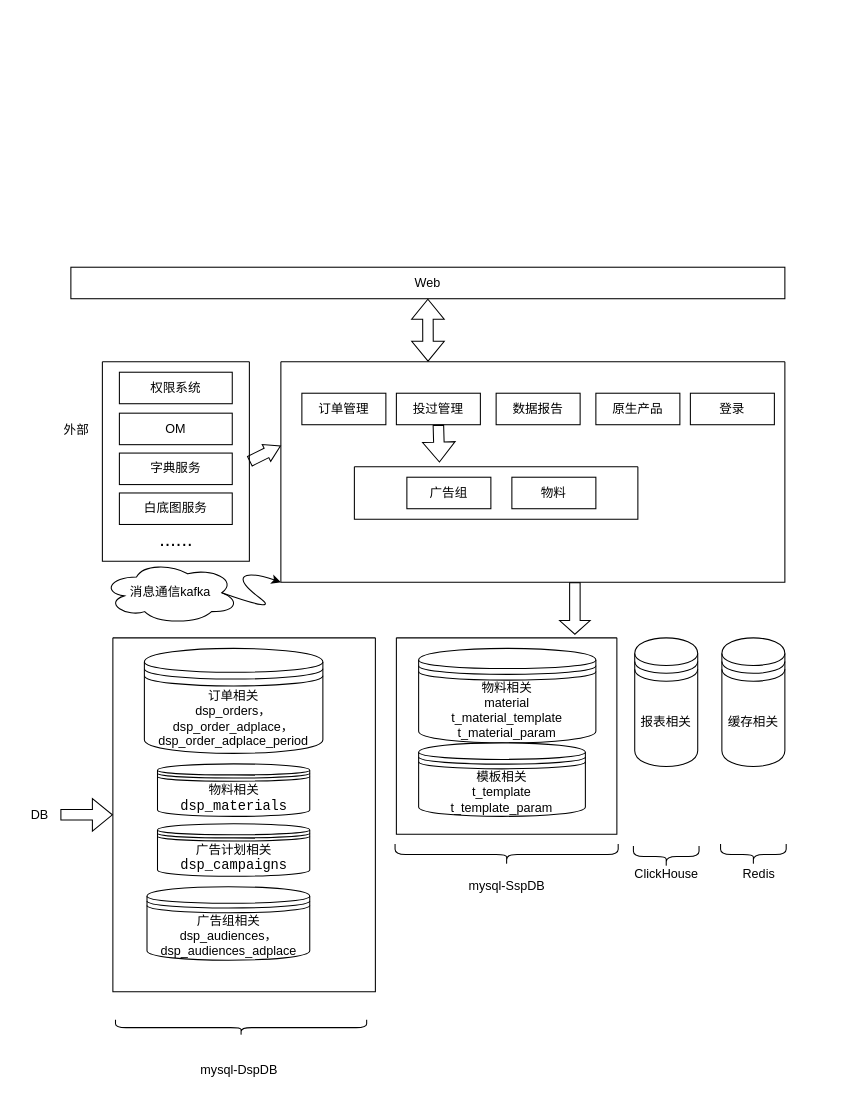
Before: old.drawio in huankong/processon, a draw.io diagram. Source tidied: cells renumbered, new cells numbered last; positions are measured from the earlier drawing's top-left corner, leaving out a move shared by most shapes. Both pictures are drawn from the tidied source at 105%, with x=0, y=0 at pixel (18, 267).
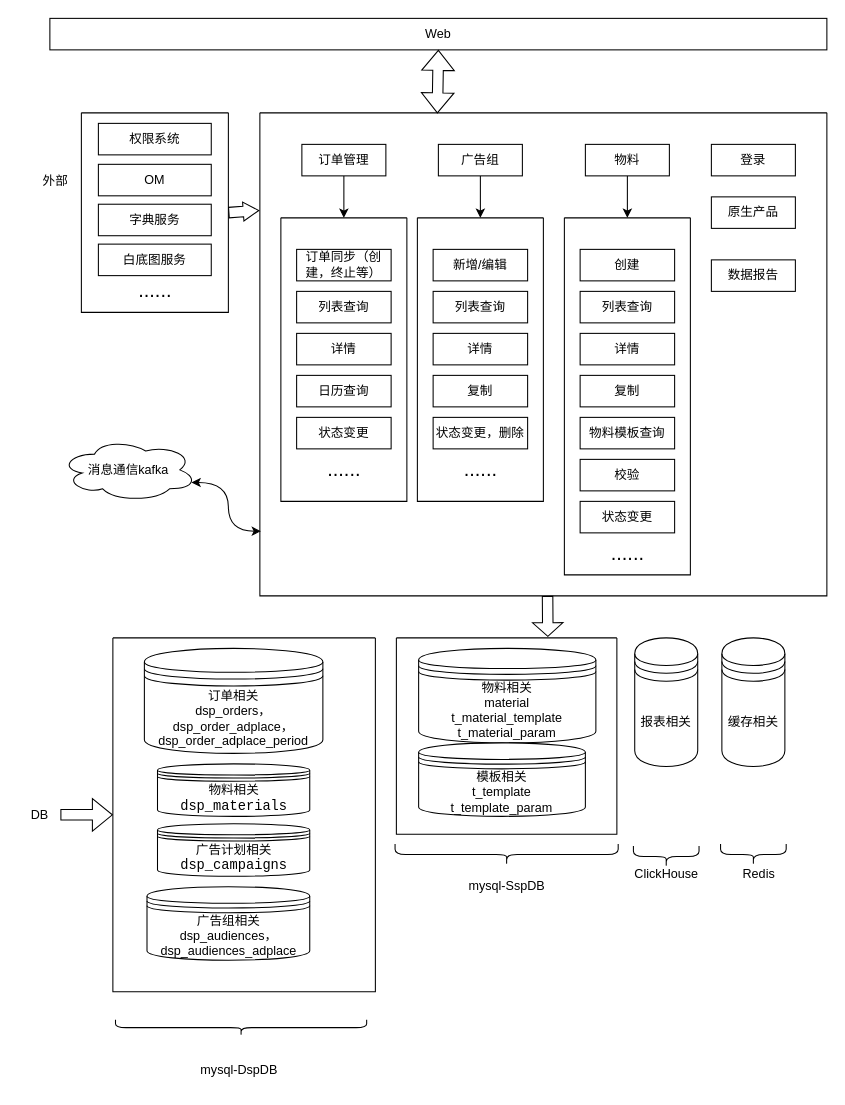
The same diagram, later.

Unchanged cells that the change refers to:
```xml
<mxCell id="14" value="DB" style="text;html=1;align=center;verticalAlign=middle;points=[];strokeColor=none;fillColor=none;" parent="1" vertex="1">
  <mxGeometry y="506.5" width="40" height="30" as="geometry" />
</mxCell>
<mxCell id="15" style="swimlane;startSize=0;" parent="1" vertex="1">
  <mxGeometry x="90" y="353" width="250" height="337" as="geometry" />
</mxCell>
<mxCell id="23" style="swimlane;startSize=0;" parent="1" vertex="1">
  <mxGeometry x="360" y="353" width="210" height="187" as="geometry" />
</mxCell>
```

The edit, as a diff of the source:
```diff
@@
     <mxCell id="2" value="Web" style="rounded=0;whiteSpace=wrap;html=1;" parent="1" vertex="1">
-      <mxGeometry x="50" width="680" height="30" as="geometry" />
+      <mxGeometry x="30" y="-237" width="740" height="30" as="geometry" />
     </mxCell>
     <mxCell id="3" style="swimlane;startSize=0;" parent="1" vertex="1">
-      <mxGeometry x="250" y="90" width="480" height="210" as="geometry" />
+      <mxGeometry x="230" y="-147" width="540" height="460" as="geometry" />
     </mxCell>
+    <mxCell id="45" style="edgeStyle=orthogonalEdgeStyle;rounded=0;jettySize=auto;html=1;fontSize=12;entryX=0.5;entryY=0;entryDx=0;entryDy=0;" parent="3" edge="1" source="4" target="48">
+      <mxGeometry relative="1" as="geometry" />
+    </mxCell>
     <mxCell id="4" value="订单管理" style="whiteSpace=wrap;html=1;" parent="3" vertex="1">
-      <mxGeometry x="20" y="30" width="80" height="30" as="geometry" />
+      <mxGeometry x="40" y="30" width="80" height="30" as="geometry" />
     </mxCell>
-    <mxCell id="5" value="投过管理" style="whiteSpace=wrap;html=1;" parent="3" vertex="1">
-      <mxGeometry x="110" y="30" width="80" height="30" as="geometry" />
-    </mxCell>
     <mxCell id="6" value="数据报告" style="whiteSpace=wrap;html=1;" parent="3" vertex="1">
-      <mxGeometry x="205" y="30" width="80" height="30" as="geometry" />
+      <mxGeometry x="430" y="140" width="80" height="30" as="geometry" />
     </mxCell>
     <mxCell id="7" value="原生产品" style="whiteSpace=wrap;html=1;" parent="3" vertex="1">
-      <mxGeometry x="300" y="30" width="80" height="30" as="geometry" />
+      <mxGeometry x="430" y="80" width="80" height="30" as="geometry" />
     </mxCell>
-    <mxCell id="8" style="swimlane;startSize=0;" parent="3" vertex="1">
-      <mxGeometry x="70" y="100" width="270" height="50" as="geometry" />
-    </mxCell>
+    <mxCell id="12" value="登录" style="whiteSpace=wrap;html=1;" parent="3" vertex="1">
+      <mxGeometry x="430" y="30" width="80" height="30" as="geometry" />
+    </mxCell>
+    <mxCell id="46" style="edgeStyle=orthogonalEdgeStyle;rounded=0;jettySize=auto;html=1;fontSize=19;" parent="3" edge="1" source="10">
+      <mxGeometry relative="1" as="geometry">
+        <mxPoint x="350" y="100" as="targetPoint" />
+      </mxGeometry>
+    </mxCell>
+    <mxCell id="10" value="物料" style="whiteSpace=wrap;html=1;" parent="3" vertex="1">
+      <mxGeometry x="310" y="30" width="80" height="30" as="geometry" />
+    </mxCell>
+    <mxCell id="47" style="edgeStyle=orthogonalEdgeStyle;rounded=0;jettySize=auto;html=1;fontSize=12;entryX=0.5;entryY=0;entryDx=0;entryDy=0;" parent="3" edge="1" source="9" target="55">
+      <mxGeometry relative="1" as="geometry" />
+    </mxCell>
-    <mxCell id="9" value="广告组" style="whiteSpace=wrap;html=1;" parent="8" vertex="1">
-      <mxGeometry x="50" y="10" width="80" height="30" as="geometry" />
+    <mxCell id="9" value="广告组" style="whiteSpace=wrap;html=1;" parent="3" vertex="1">
+      <mxGeometry x="170" y="30" width="80" height="30" as="geometry" />
     </mxCell>
-    <mxCell id="10" value="物料" style="whiteSpace=wrap;html=1;" parent="8" vertex="1">
-      <mxGeometry x="150" y="10" width="80" height="30" as="geometry" />
-    </mxCell>
-    <mxCell id="11" style="shape=flexArrow;endArrow=classic;html=1;rounded=0;exitX=0.5;exitY=1;exitDx=0;exitDy=0;entryX=0.3;entryY=-0.08;entryDx=0;entryDy=0;entryPerimeter=0;" parent="3" edge="1" source="5" target="8">
-      <mxGeometry relative="1" as="geometry" />
-    </mxCell>
-    <mxCell id="12" value="登录" style="whiteSpace=wrap;html=1;" parent="3" vertex="1">
-      <mxGeometry x="390" y="30" width="80" height="30" as="geometry" />
-    </mxCell>
+    <mxCell id="48" style="swimlane;startSize=0;fontSize=19;" parent="3" vertex="1">
+      <mxGeometry x="20" y="100" width="120" height="270" as="geometry" />
+    </mxCell>
+    <mxCell id="49" value="订单同步（创建，终止等）" style="whiteSpace=wrap;html=1;fontSize=12;" parent="48" vertex="1">
+      <mxGeometry x="15" y="30" width="90" height="30" as="geometry" />
+    </mxCell>
+    <mxCell id="50" value="列表查询" style="whiteSpace=wrap;html=1;fontSize=12;" parent="48" vertex="1">
+      <mxGeometry x="15" y="70" width="90" height="30" as="geometry" />
+    </mxCell>
+    <mxCell id="51" value="详情" style="whiteSpace=wrap;html=1;fontSize=12;" parent="48" vertex="1">
+      <mxGeometry x="15" y="110" width="90" height="30" as="geometry" />
+    </mxCell>
+    <mxCell id="52" value="日历查询" style="whiteSpace=wrap;html=1;fontSize=12;" parent="48" vertex="1">
+      <mxGeometry x="15" y="150" width="90" height="30" as="geometry" />
+    </mxCell>
+    <mxCell id="53" value="状态变更" style="whiteSpace=wrap;html=1;fontSize=12;" parent="48" vertex="1">
+      <mxGeometry x="15" y="190" width="90" height="30" as="geometry" />
+    </mxCell>
+    <mxCell id="54" value="......" style="text;html=1;align=center;verticalAlign=middle;strokeColor=none;fillColor=none;fontSize=19;" parent="48" vertex="1">
+      <mxGeometry x="30" y="220" width="60" height="40" as="geometry" />
+    </mxCell>
+    <mxCell id="55" style="swimlane;startSize=0;fontSize=19;" parent="3" vertex="1">
+      <mxGeometry x="150" y="100" width="120" height="270" as="geometry" />
+    </mxCell>
+    <mxCell id="56" value="新增/编辑" style="whiteSpace=wrap;html=1;fontSize=12;" parent="55" vertex="1">
+      <mxGeometry x="15" y="30" width="90" height="30" as="geometry" />
+    </mxCell>
+    <mxCell id="57" value="列表查询" style="whiteSpace=wrap;html=1;fontSize=12;" parent="55" vertex="1">
+      <mxGeometry x="15" y="70" width="90" height="30" as="geometry" />
+    </mxCell>
+    <mxCell id="58" value="详情" style="whiteSpace=wrap;html=1;fontSize=12;" parent="55" vertex="1">
+      <mxGeometry x="15" y="110" width="90" height="30" as="geometry" />
+    </mxCell>
+    <mxCell id="59" value="复制" style="whiteSpace=wrap;html=1;fontSize=12;" parent="55" vertex="1">
+      <mxGeometry x="15" y="150" width="90" height="30" as="geometry" />
+    </mxCell>
+    <mxCell id="60" value="状态变更，删除" style="whiteSpace=wrap;html=1;fontSize=12;" parent="55" vertex="1">
+      <mxGeometry x="15" y="190" width="90" height="30" as="geometry" />
+    </mxCell>
+    <mxCell id="61" value="......" style="text;html=1;align=center;verticalAlign=middle;strokeColor=none;fillColor=none;fontSize=19;" parent="55" vertex="1">
+      <mxGeometry x="30" y="220" width="60" height="40" as="geometry" />
+    </mxCell>
+    <mxCell id="62" style="swimlane;startSize=0;fontSize=19;" parent="3" vertex="1">
+      <mxGeometry x="290" y="100" width="120" height="340" as="geometry" />
+    </mxCell>
+    <mxCell id="63" value="创建" style="whiteSpace=wrap;html=1;fontSize=12;" parent="62" vertex="1">
+      <mxGeometry x="15" y="30" width="90" height="30" as="geometry" />
+    </mxCell>
+    <mxCell id="64" value="列表查询" style="whiteSpace=wrap;html=1;fontSize=12;" parent="62" vertex="1">
+      <mxGeometry x="15" y="70" width="90" height="30" as="geometry" />
+    </mxCell>
+    <mxCell id="65" value="详情" style="whiteSpace=wrap;html=1;fontSize=12;" parent="62" vertex="1">
+      <mxGeometry x="15" y="110" width="90" height="30" as="geometry" />
+    </mxCell>
+    <mxCell id="66" value="复制" style="whiteSpace=wrap;html=1;fontSize=12;" parent="62" vertex="1">
+      <mxGeometry x="15" y="150" width="90" height="30" as="geometry" />
+    </mxCell>
+    <mxCell id="67" value="物料模板查询" style="whiteSpace=wrap;html=1;fontSize=12;" parent="62" vertex="1">
+      <mxGeometry x="15" y="190" width="90" height="30" as="geometry" />
+    </mxCell>
+    <mxCell id="68" value="......" style="text;html=1;align=center;verticalAlign=middle;strokeColor=none;fillColor=none;fontSize=19;" parent="62" vertex="1">
+      <mxGeometry x="30" y="300" width="60" height="40" as="geometry" />
+    </mxCell>
+    <mxCell id="69" value="校验" style="whiteSpace=wrap;html=1;fontSize=12;" parent="62" vertex="1">
+      <mxGeometry x="15" y="230" width="90" height="30" as="geometry" />
+    </mxCell>
+    <mxCell id="70" value="状态变更" style="whiteSpace=wrap;html=1;fontSize=12;" parent="62" vertex="1">
+      <mxGeometry x="15" y="270" width="90" height="30" as="geometry" />
+    </mxCell>
-    <mxCell id="13" style="shape=flexArrow;endArrow=classic;startArrow=classic;html=1;rounded=0;exitX=0.292;exitY=0;exitDx=0;exitDy=0;entryX=0.5;entryY=1;entryDx=0;entryDy=0;exitPerimeter=0;" parent="1" edge="1" source="3" target="2">
+    <mxCell id="13" style="shape=flexArrow;endArrow=classic;startArrow=classic;html=1;rounded=0;exitX=0.313;exitY=0.001;exitDx=0;exitDy=0;entryX=0.5;entryY=1;entryDx=0;entryDy=0;exitPerimeter=0;" parent="1" edge="1" source="3" target="2">
       <mxGeometry relative="1" as="geometry" />
     </mxCell>
@@
-    <mxCell id="20" style="shape=flexArrow;endArrow=classic;html=1;rounded=0;entryX=0;entryY=0.5;entryDx=0;entryDy=0;" parent="1" edge="1" source="14" target="15">
-      <mxGeometry relative="1" as="geometry" />
+    <mxCell id="20" style="shape=flexArrow;endArrow=classic;html=1;rounded=0;entryX=0;entryY=0.5;entryDx=0;entryDy=0;" parent="1" edge="1" target="15">
+      <mxGeometry relative="1" as="geometry">
+        <mxPoint x="40" y="521.5" as="sourcePoint" />
+      </mxGeometry>
     </mxCell>
@@
-    <mxCell id="31" style="shape=flexArrow;endArrow=classic;html=1;rounded=0;fontSize=12;exitX=0.25;exitY=1;exitDx=0;exitDy=0;endWidth=18;endSize=4;width=10;" parent="1" edge="1">
+    <mxCell id="31" style="shape=flexArrow;endArrow=classic;html=1;rounded=0;fontSize=12;endWidth=18;endSize=4;width=10;entryX=0.687;entryY=-0.005;entryDx=0;entryDy=0;entryPerimeter=0;" parent="1" edge="1" target="23">
       <mxGeometry relative="1" as="geometry">
-        <mxPoint x="530" y="300" as="sourcePoint" />
-        <mxPoint x="530" y="350" as="targetPoint" />
+        <mxPoint x="504" y="313" as="sourcePoint" />
       </mxGeometry>
     </mxCell>
     <mxCell id="32" style="swimlane;startSize=0;fontSize=12;" parent="1" vertex="1">
-      <mxGeometry x="80" y="90" width="140" height="190" as="geometry" />
+      <mxGeometry x="60" y="-147" width="140" height="190" as="geometry" />
     </mxCell>
@@
     <mxCell id="38" value="外部" style="text;html=1;align=center;verticalAlign=middle;strokeColor=none;fillColor=none;fontSize=12;" parent="1" vertex="1">
-      <mxGeometry x="30" y="140" width="50" height="30" as="geometry" />
+      <mxGeometry x="10" y="-97" width="50" height="30" as="geometry" />
     </mxCell>
-    <mxCell id="39" style="shape=flexArrow;endArrow=classic;html=1;rounded=0;fontSize=12;exitX=1;exitY=0.5;exitDx=0;exitDy=0;endWidth=7;endSize=4.61;" parent="1" edge="1" source="32">
-      <mxGeometry relative="1" as="geometry">
-        <mxPoint x="250" y="170" as="targetPoint" />
-      </mxGeometry>
+    <mxCell id="39" style="shape=flexArrow;endArrow=classic;html=1;rounded=0;fontSize=12;exitX=1;exitY=0.5;exitDx=0;exitDy=0;endWidth=7;endSize=4.61;entryX=-0.001;entryY=0.202;entryDx=0;entryDy=0;entryPerimeter=0;" parent="1" edge="1" source="32" target="3">
+      <mxGeometry relative="1" as="geometry" />
     </mxCell>
@@
     <mxCell id="43" value="消息通信kafka" style="ellipse;shape=cloud;whiteSpace=wrap;html=1;fontSize=12;" parent="1" vertex="1">
-      <mxGeometry x="80" y="280" width="130" height="60" as="geometry" />
+      <mxGeometry x="40" y="163" width="130" height="60" as="geometry" />
     </mxCell>
-    <mxCell id="44" style="curved=1;endArrow=classic;html=1;rounded=0;fontSize=12;exitX=0.875;exitY=0.5;exitDx=0;exitDy=0;exitPerimeter=0;entryX=0;entryY=1;entryDx=0;entryDy=0;" parent="1" edge="1" source="43" target="3">
-      <mxGeometry relative="1" as="geometry">
-        <Array as="points">
-          <mxPoint x="250" y="330" />
-          <mxPoint x="210" y="300" />
-          <mxPoint x="220" y="290" />
-        </Array>
-      </mxGeometry>
+    <mxCell id="44" style="endArrow=classic;html=1;rounded=0;fontSize=19;exitX=0.96;exitY=0.7;exitDx=0;exitDy=0;exitPerimeter=0;entryX=0.002;entryY=0.866;entryDx=0;entryDy=0;entryPerimeter=0;edgeStyle=orthogonalEdgeStyle;curved=1;startArrow=classic;startFill=1;" parent="1" edge="1" source="43" target="3">
+      <mxGeometry relative="1" as="geometry" />
     </mxCell>
```
